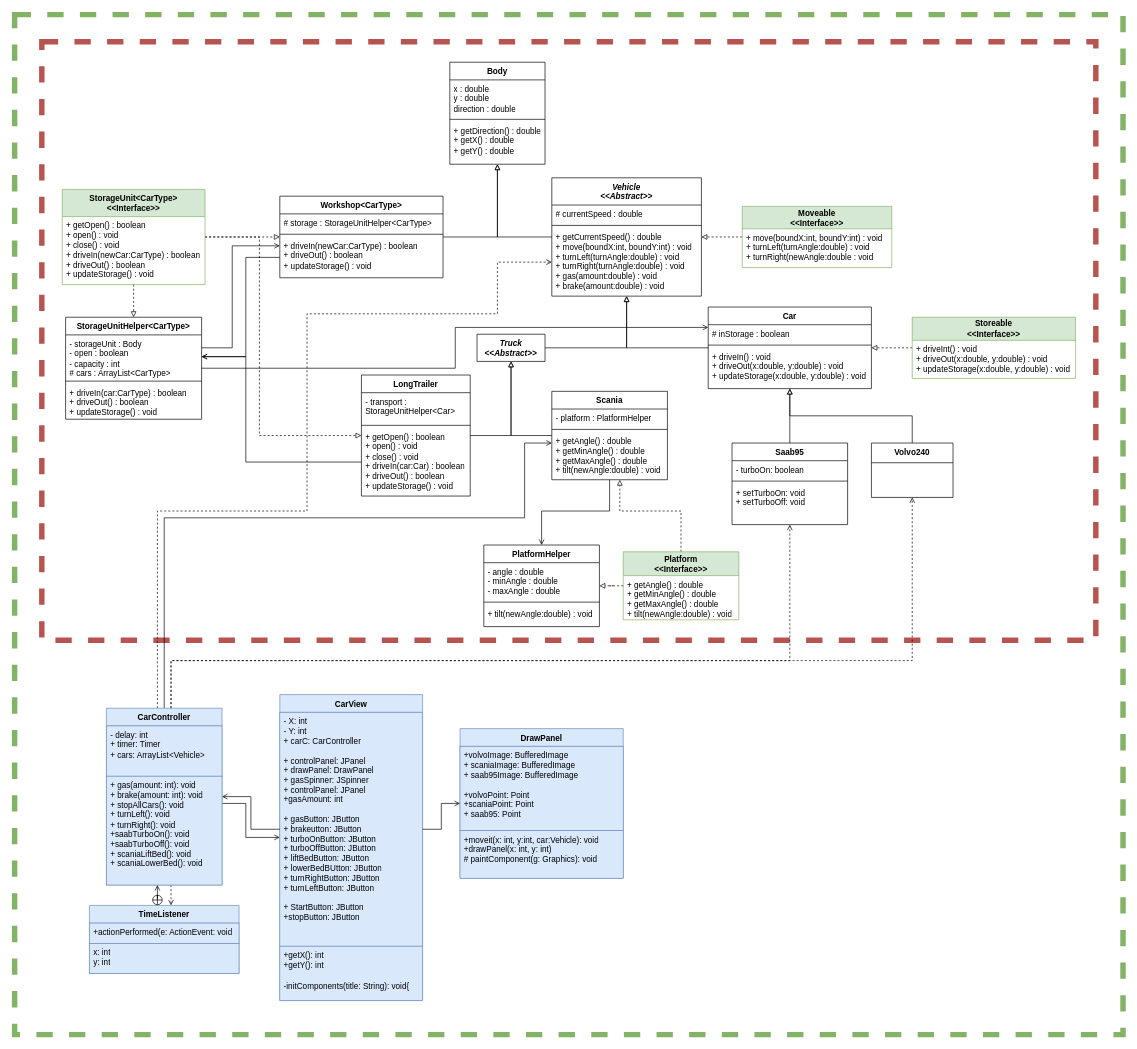
Before: Labb3post.drawio in ErikFogelstrand/lab1-riktig, a draw.io diagram. Source tidied: cells renumbered, new cells numbered last; positions are measured from the earlier drawing's top-left corner, leaving out a move shared by most shapes. Both pictures are drawn from the tidied source at 68%, with x=0, y=0 at pixel (14, 14).
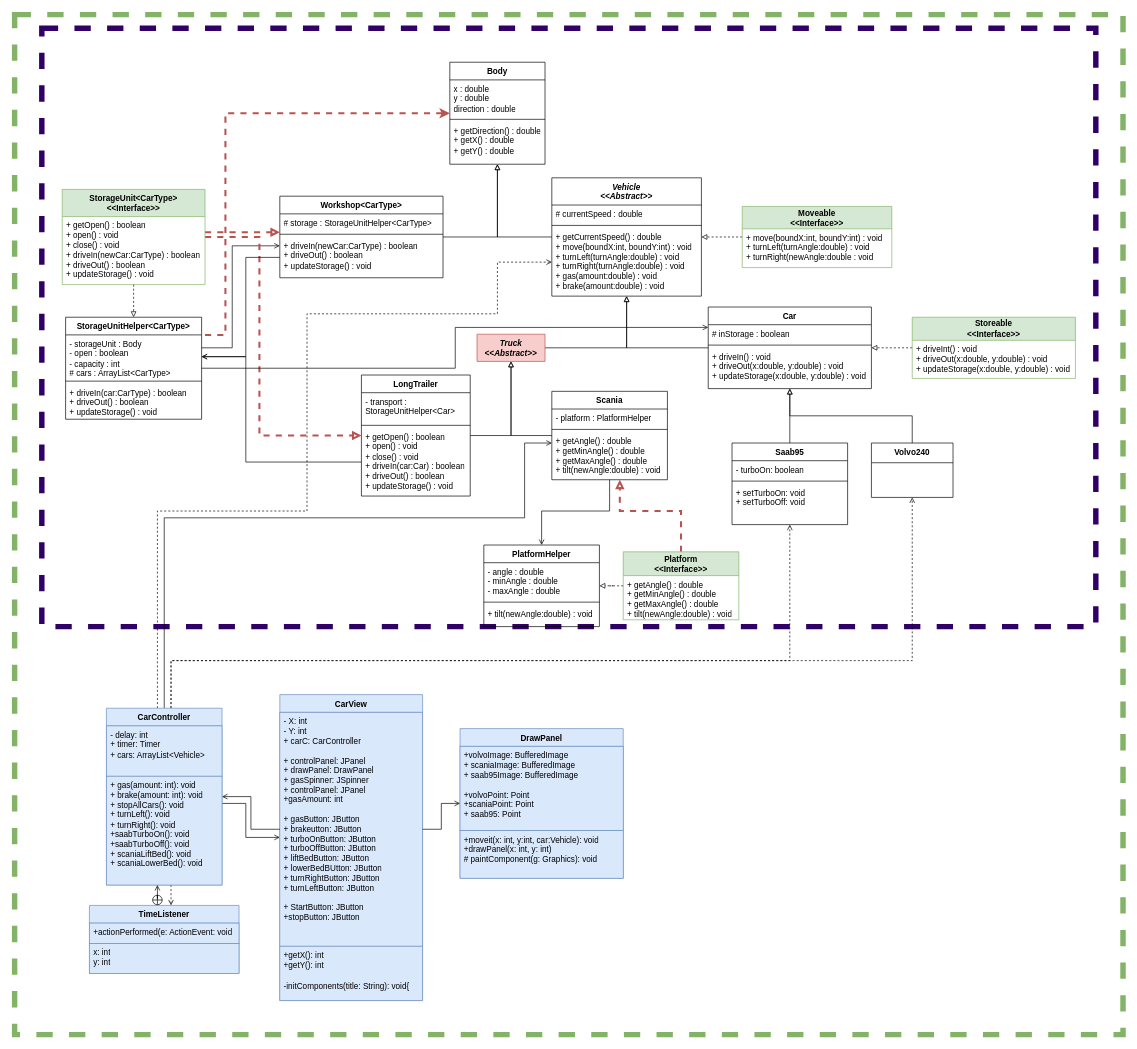
The same page after the edit.

Commit message:
Uppdaterad fritte

The change refers to these unchanged cells:
```xml
<mxCell id="4" value="&lt;div&gt;Body&lt;/div&gt;" style="swimlane;fontStyle=1;align=center;verticalAlign=top;horizontal=1;startSize=26;whiteSpace=wrap;html=1;" parent="1" vertex="1">
  <mxGeometry x="640" y="70" width="140" height="150" as="geometry" />
</mxCell>
<mxCell id="46" value="+ getAngle() : double&lt;br&gt;+ getMinAngle() : double&lt;br&gt;+ getMaxAngle() : double&lt;br&gt;+ tilt(newAngle:double) : void" style="text;strokeColor=none;fillColor=none;align=left;verticalAlign=top;spacingLeft=4;spacingRight=4;overflow=hidden;points=[[0,0.5],[1,0.5]];portConstraint=eastwest;whiteSpace=wrap;html=1;" parent="43" vertex="1">
  <mxGeometry y="60" width="170" height="70" as="geometry" />
</mxCell>
<mxCell id="58" value="&lt;div&gt;Workshop&amp;lt;CarType&amp;gt;&lt;/div&gt;" style="swimlane;fontStyle=1;align=center;verticalAlign=top;horizontal=1;startSize=26;whiteSpace=wrap;html=1;" parent="1" vertex="1">
  <mxGeometry x="390" y="267" width="240" height="120" as="geometry" />
</mxCell>
<mxCell id="63" value="&lt;div&gt;LongTrailer&lt;/div&gt;" style="swimlane;fontStyle=1;align=center;verticalAlign=top;horizontal=1;startSize=26;whiteSpace=wrap;html=1;" parent="1" vertex="1">
  <mxGeometry x="510" y="530" width="160" height="178" as="geometry" />
</mxCell>
<mxCell id="72" value="&lt;b&gt;Platform&lt;br&gt;&amp;lt;&amp;lt;Interface&amp;gt;&amp;gt;&lt;br&gt;&lt;/b&gt;" style="swimlane;fontStyle=0;horizontal=1;startSize=35;fillColor=#d5e8d4;whiteSpace=wrap;html=1;strokeColor=#82b366;" parent="1" vertex="1">
  <mxGeometry x="895" y="790" width="170" height="100" as="geometry" />
</mxCell>
<mxCell id="83" value="&lt;b&gt;StorageUnit&amp;lt;CarType&amp;gt;&lt;br&gt;&amp;lt;&amp;lt;Interface&amp;gt;&amp;gt;&lt;br&gt;&lt;/b&gt;" style="swimlane;fontStyle=0;horizontal=1;startSize=40;fillColor=#d5e8d4;whiteSpace=wrap;html=1;strokeColor=#82b366;" parent="1" vertex="1">
  <mxGeometry x="70" y="257" width="210" height="140" as="geometry" />
</mxCell>
```

The edit, as a diff of the source:
```diff
@@
-    <mxCell id="3" style="rounded=0;whiteSpace=wrap;html=1;fillColor=none;dashed=1;strokeColor=#b85450;strokeWidth=8;" parent="1" vertex="1">
-      <mxGeometry x="40" y="40" width="1550" height="880" as="geometry" />
+    <mxCell id="3" style="rounded=0;whiteSpace=wrap;html=1;dashed=1;strokeWidth=8;fillColor=none;fontColor=#333333;strokeColor=#300066;" parent="1" vertex="1">
+      <mxGeometry x="40" y="20" width="1550" height="880" as="geometry" />
     </mxCell>
@@
-    <mxCell id="29" value="&lt;div&gt;&lt;i&gt;Truck&lt;/i&gt;&lt;/div&gt;&lt;div&gt;&lt;i&gt;&amp;lt;&amp;lt;Abstract&amp;gt;&amp;gt;&lt;/i&gt;&lt;/div&gt;" style="swimlane;fontStyle=1;align=center;verticalAlign=top;horizontal=1;startSize=66;whiteSpace=wrap;html=1;" parent="1" vertex="1">
+    <mxCell id="29" value="&lt;div&gt;&lt;i&gt;Truck&lt;/i&gt;&lt;/div&gt;&lt;div&gt;&lt;i&gt;&amp;lt;&amp;lt;Abstract&amp;gt;&amp;gt;&lt;/i&gt;&lt;/div&gt;" style="swimlane;fontStyle=1;align=center;verticalAlign=top;horizontal=1;startSize=66;whiteSpace=wrap;html=1;fillColor=#f8cecc;strokeColor=#b85450;" parent="1" vertex="1">
       <mxGeometry x="680" y="470" width="100" height="40" as="geometry" />
     </mxCell>
@@
+    <mxCell id="91" style="edgeStyle=orthogonalEdgeStyle;rounded=0;jettySize=auto;html=1;fillColor=#f8cecc;strokeColor=#b85450;dashed=1;strokeWidth=3;" parent="1" edge="1" target="4">
+      <mxGeometry relative="1" as="geometry">
+        <mxPoint x="280" y="471" as="sourcePoint" />
+        <Array as="points">
+          <mxPoint x="310" y="471" />
+          <mxPoint x="310" y="145" />
+        </Array>
+      </mxGeometry>
+    </mxCell>
@@
-    <mxCell id="70" style="edgeStyle=orthogonalEdgeStyle;rounded=0;jettySize=auto;html=1;exitX=0.5;exitY=0;exitDx=0;exitDy=0;endArrow=block;endFill=0;dashed=1;" parent="1" edge="1" source="72" target="46">
+    <mxCell id="70" style="edgeStyle=orthogonalEdgeStyle;rounded=0;jettySize=auto;html=1;exitX=0.5;exitY=0;exitDx=0;exitDy=0;endArrow=block;endFill=0;dashed=1;fillColor=#f8cecc;strokeColor=#b85450;strokeWidth=3;" parent="1" edge="1" source="72" target="46">
       <mxGeometry relative="1" as="geometry">
         <Array as="points">
           <mxPoint x="980" y="730" />
           <mxPoint x="890" y="730" />
         </Array>
       </mxGeometry>
     </mxCell>
@@
-    <mxCell id="80" style="edgeStyle=orthogonalEdgeStyle;rounded=0;jettySize=auto;html=1;endArrow=block;endFill=0;dashed=1;" parent="1" edge="1" source="83" target="58">
-      <mxGeometry relative="1" as="geometry" />
+    <mxCell id="80" style="edgeStyle=orthogonalEdgeStyle;rounded=0;orthogonalLoop=1;jettySize=auto;html=1;endArrow=block;endFill=0;dashed=1;fillColor=#f8cecc;strokeColor=#b85450;strokeWidth=3;" parent="1" edge="1">
+      <mxGeometry relative="1" as="geometry">
+        <mxPoint x="280" y="320" as="sourcePoint" />
+        <mxPoint x="390" y="320" as="targetPoint" />
+      </mxGeometry>
     </mxCell>
@@
-    <mxCell id="82" style="edgeStyle=orthogonalEdgeStyle;rounded=0;jettySize=auto;html=1;endArrow=block;endFill=0;dashed=1;" parent="1" edge="1" source="83" target="63">
+    <mxCell id="82" style="edgeStyle=orthogonalEdgeStyle;rounded=0;jettySize=auto;html=1;endArrow=block;endFill=0;dashed=1;fillColor=#f8cecc;strokeColor=#b85450;strokeWidth=3;" parent="1" edge="1" source="83" target="63">
       <mxGeometry relative="1" as="geometry">
         <Array as="points">
           <mxPoint x="360" y="327" />
           <mxPoint x="360" y="619" />
         </Array>
       </mxGeometry>
     </mxCell>
```
